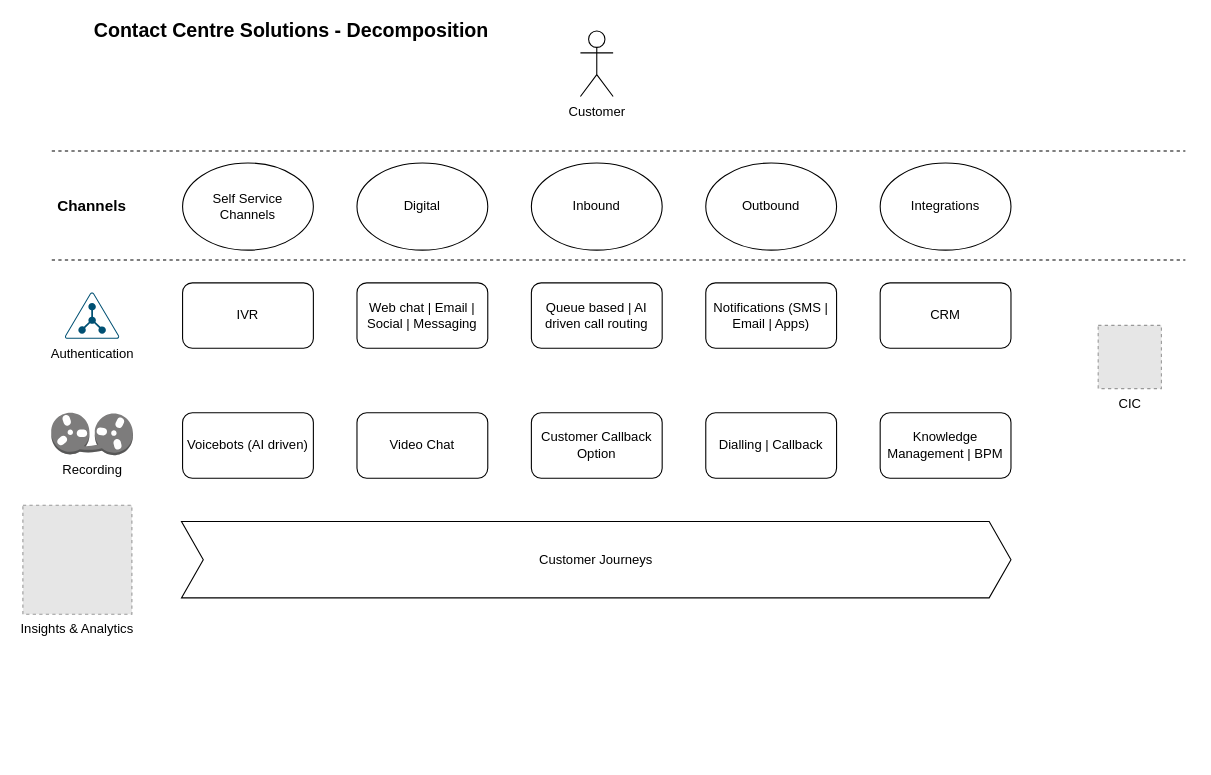
Above: Untitled Diagram.drawio in mayankmotani89/Demo (draw.io), before the change. Source tidied: cells renumbered, new cells numbered last; positions are measured from the earlier drawing's top-left corner, leaving out a move shared by most shapes. Both pictures are drawn from the tidied source at 109%, with x=0, y=0 at pixel (23, 20). Pictures stored in the file or linked from it are replaced by grey dashed boxes.
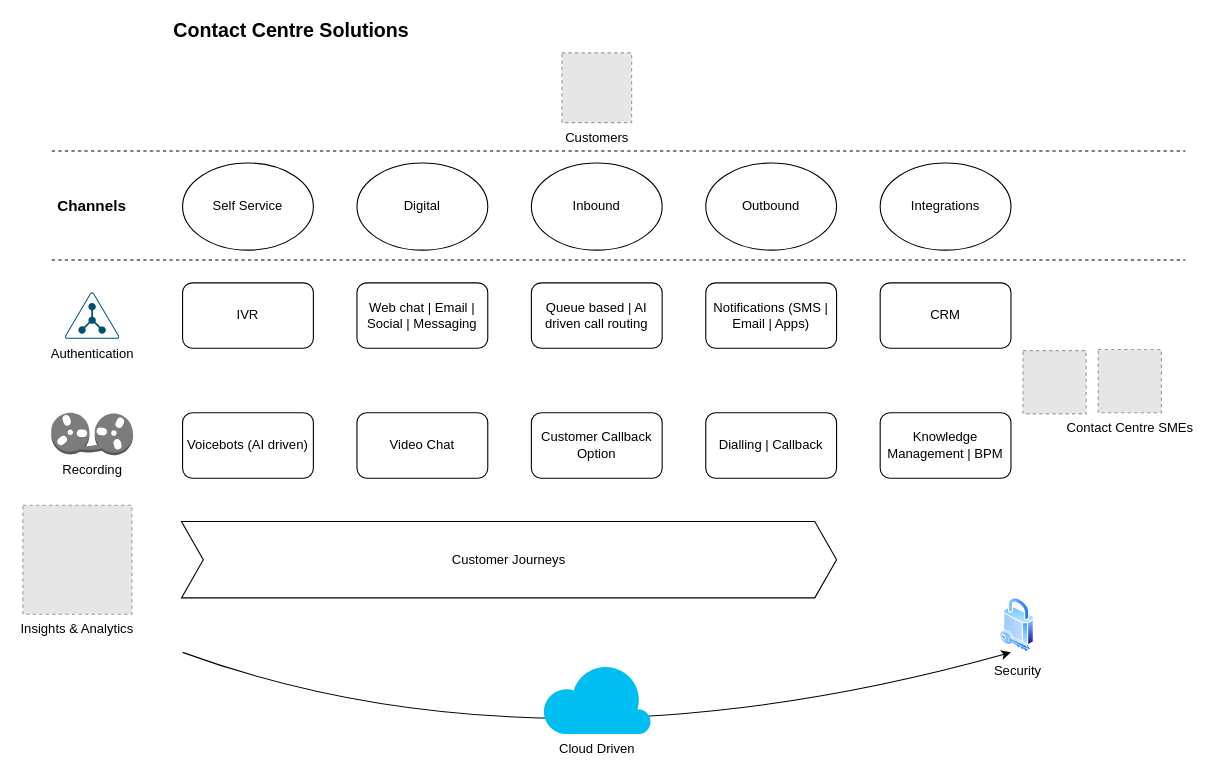
Above is the later version.

The edit, as a diff of the source:
```diff
@@
-    <mxCell id="2" value="Customer" style="shape=umlActor;verticalLabelPosition=bottom;verticalAlign=top;html=1;" parent="1" vertex="1">
-      <mxGeometry x="511" y="10" width="30" height="60" as="geometry" />
-    </mxCell>
-    <mxCell id="3" value="CIC" style="fillColor=#E6E6E6;strokeColor=#999999;dashed=1;html=1;verticalAlign=top;verticalLabelPosition=bottom;labelBackgroundColor=#ffffff;" parent="1" vertex="1">
-      <mxGeometry x="986" y="280" width="58" height="58" as="geometry" />
+    <mxCell id="3" value="Contact Centre SMEs" style="fillColor=#E6E6E6;strokeColor=#999999;dashed=1;html=1;verticalAlign=top;verticalLabelPosition=bottom;labelBackgroundColor=#ffffff;" parent="1" vertex="1">
+      <mxGeometry x="986" y="302.2" width="58" height="58" as="geometry" />
     </mxCell>
-    <mxCell id="4" value="Self Service Channels" style="ellipse;whiteSpace=wrap;html=1;" parent="1" vertex="1">
+    <mxCell id="4" value="Self Service" style="ellipse;whiteSpace=wrap;html=1;" parent="1" vertex="1">
       <mxGeometry x="146" y="131" width="120" height="80" as="geometry" />
     </mxCell>
@@
     <mxCell id="12" value="Customer Journeys" style="shape=step;perimeter=stepPerimeter;whiteSpace=wrap;html=1;fixedSize=1;" parent="1" vertex="1">
-      <mxGeometry x="145" y="460" width="761" height="70" as="geometry" />
+      <mxGeometry x="145" y="460" width="601" height="70" as="geometry" />
     </mxCell>
@@
-    <mxCell id="26" value="&lt;font size=&quot;1&quot;&gt;&lt;b style=&quot;font-size: 18px&quot;&gt;Contact Centre Solutions - Decomposition&lt;/b&gt;&lt;/font&gt;" style="text;html=1;strokeColor=none;fillColor=none;align=center;verticalAlign=middle;whiteSpace=wrap;rounded=0;" parent="1" vertex="1">
+    <mxCell id="26" value="&lt;font size=&quot;1&quot;&gt;&lt;b style=&quot;font-size: 18px&quot;&gt;Contact Centre Solutions&lt;/b&gt;&lt;/font&gt;" style="text;html=1;strokeColor=none;fillColor=none;align=center;verticalAlign=middle;whiteSpace=wrap;rounded=0;" parent="1" vertex="1">
       <mxGeometry x="36" width="420" height="20" as="geometry" />
     </mxCell>
+    <mxCell id="27" style="curved=1;endArrow=classic;html=1;" parent="1" edge="1">
+      <mxGeometry relative="1" as="geometry">
+        <mxPoint x="146" y="580" as="sourcePoint" />
+        <mxPoint x="906" y="580" as="targetPoint" />
+        <Array as="points">
+          <mxPoint x="476" y="700" />
+        </Array>
+      </mxGeometry>
+    </mxCell>
+    <mxCell id="28" value="Cloud Driven" style="verticalLabelPosition=bottom;html=1;verticalAlign=top;align=center;strokeColor=none;fillColor=#00BEF2;shape=mxgraph.azure.cloud;" parent="1" vertex="1">
+      <mxGeometry x="476" y="590" width="100" height="65" as="geometry" />
+    </mxCell>
+    <mxCell id="29" value="Security" style="perimeter=ellipsePerimeter;html=1;align=center;shadow=0;dashed=0;spacingTop=3;image;image=img/lib/active_directory/security.svg;" parent="1" vertex="1">
+      <mxGeometry x="896" y="530" width="31.5" height="50" as="geometry" />
+    </mxCell>
+    <mxCell id="30" style="fillColor=#E6E6E6;strokeColor=#999999;dashed=1;html=1;verticalAlign=top;verticalLabelPosition=bottom;labelBackgroundColor=#ffffff;" parent="1" vertex="1">
+      <mxGeometry x="917" y="303.2" width="58" height="58" as="geometry" />
+    </mxCell>
+    <mxCell id="31" value="Customers" style="fillColor=#E6E6E6;strokeColor=#999999;dashed=1;html=1;verticalAlign=top;verticalLabelPosition=bottom;labelBackgroundColor=#ffffff;" parent="1" vertex="1">
+      <mxGeometry x="494" y="30" width="64" height="64" as="geometry" />
+    </mxCell>
```
